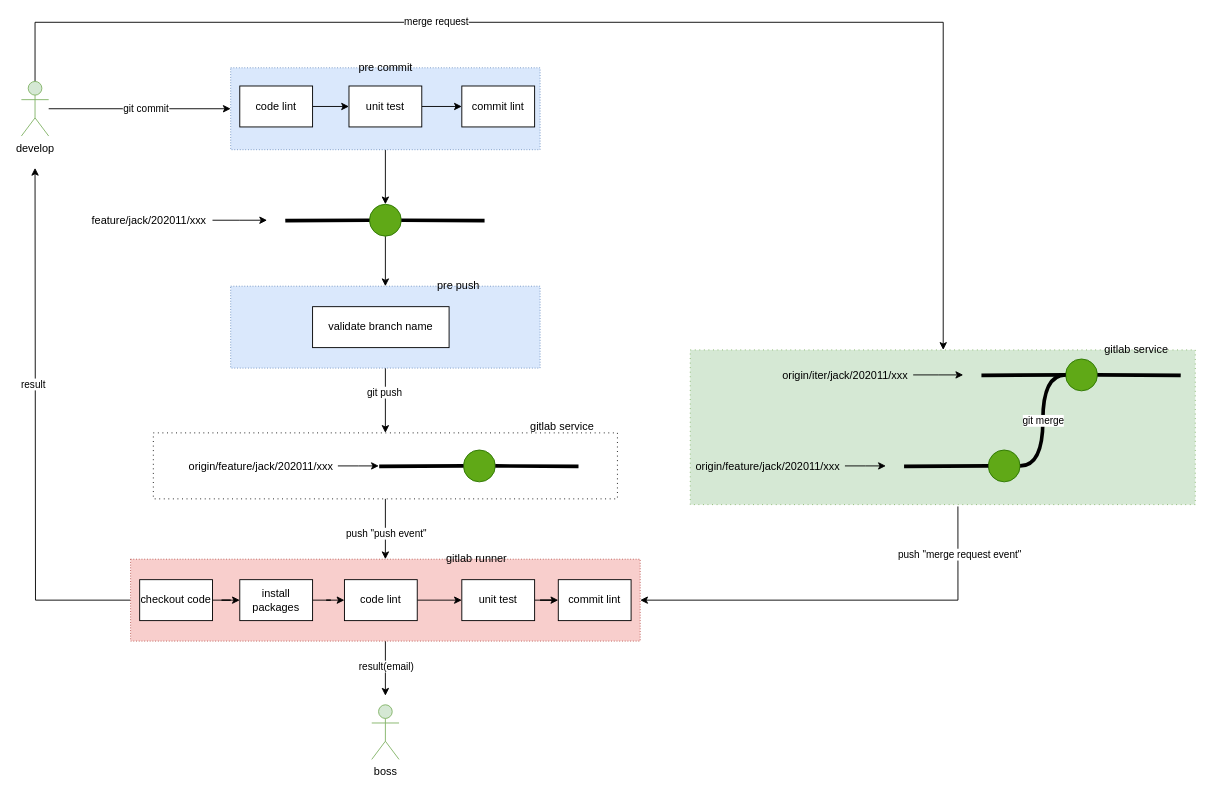
EvanHongYousan/blog keeps this draw.io diagram as source/_posts/2020/11/invest-web-dev-flow/ivnest_web_work_flow.drawio. Above is the earlier version. Source tidied: cells renumbered, new cells numbered last; positions are measured from the earlier drawing's top-left corner, leaving out a move shared by most shapes. Both pictures are drawn from the tidied source at 91%, with x=0, y=0 at pixel (21, 22).
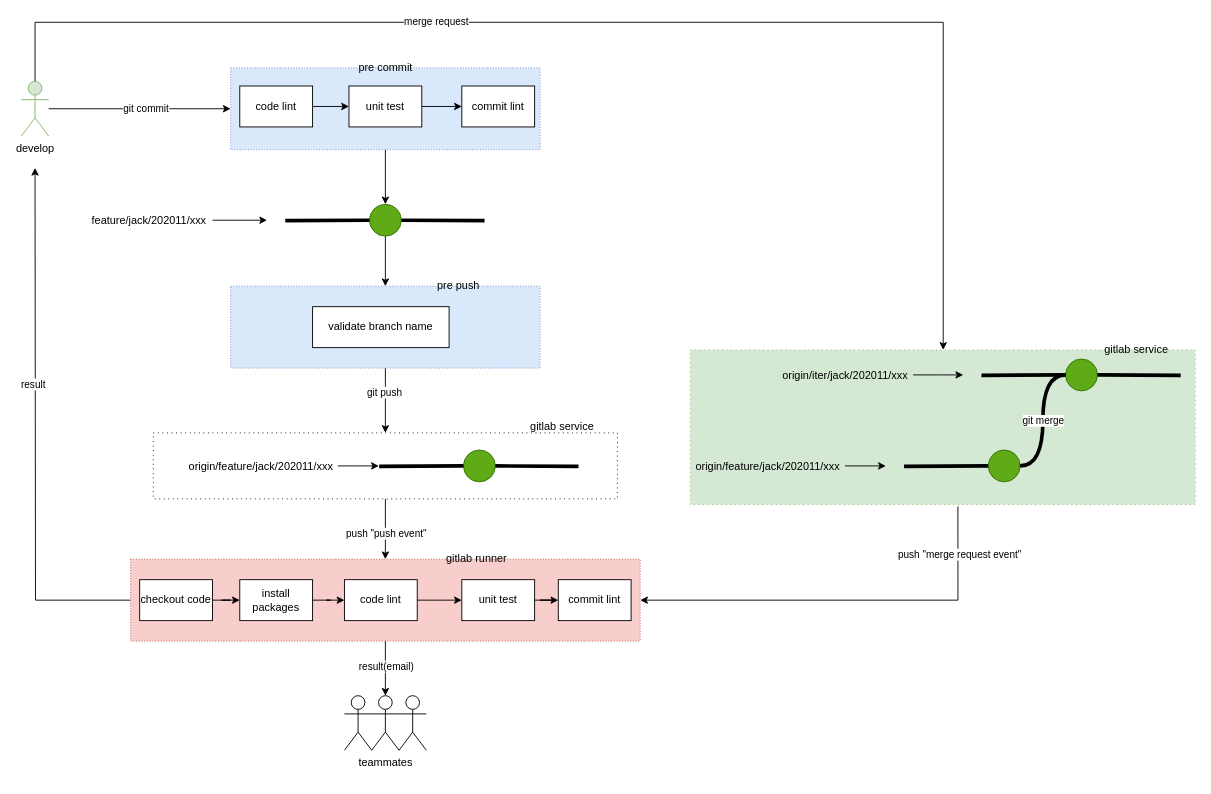
Above is the later version.

The edit, as a diff of the source:
```diff
@@
-    <mxCell id="64" value="boss" style="shape=umlActor;verticalLabelPosition=bottom;verticalAlign=top;html=1;fillColor=#d5e8d4;strokeColor=#82b366;" parent="1" vertex="1">
-      <mxGeometry x="385" y="750" width="30" height="60" as="geometry" />
-    </mxCell>
+    <mxCell id="65" style="shape=umlActor;verticalLabelPosition=bottom;verticalAlign=top;html=1;" parent="1" vertex="1">
+      <mxGeometry x="355" y="740" width="30" height="60" as="geometry" />
+    </mxCell>
+    <mxCell id="66" value="teammates" style="shape=umlActor;verticalLabelPosition=bottom;verticalAlign=top;html=1;" parent="1" vertex="1">
+      <mxGeometry x="385" y="740" width="30" height="60" as="geometry" />
+    </mxCell>
+    <mxCell id="67" style="shape=umlActor;verticalLabelPosition=bottom;verticalAlign=top;html=1;" parent="1" vertex="1">
+      <mxGeometry x="415" y="740" width="30" height="60" as="geometry" />
+    </mxCell>
```
